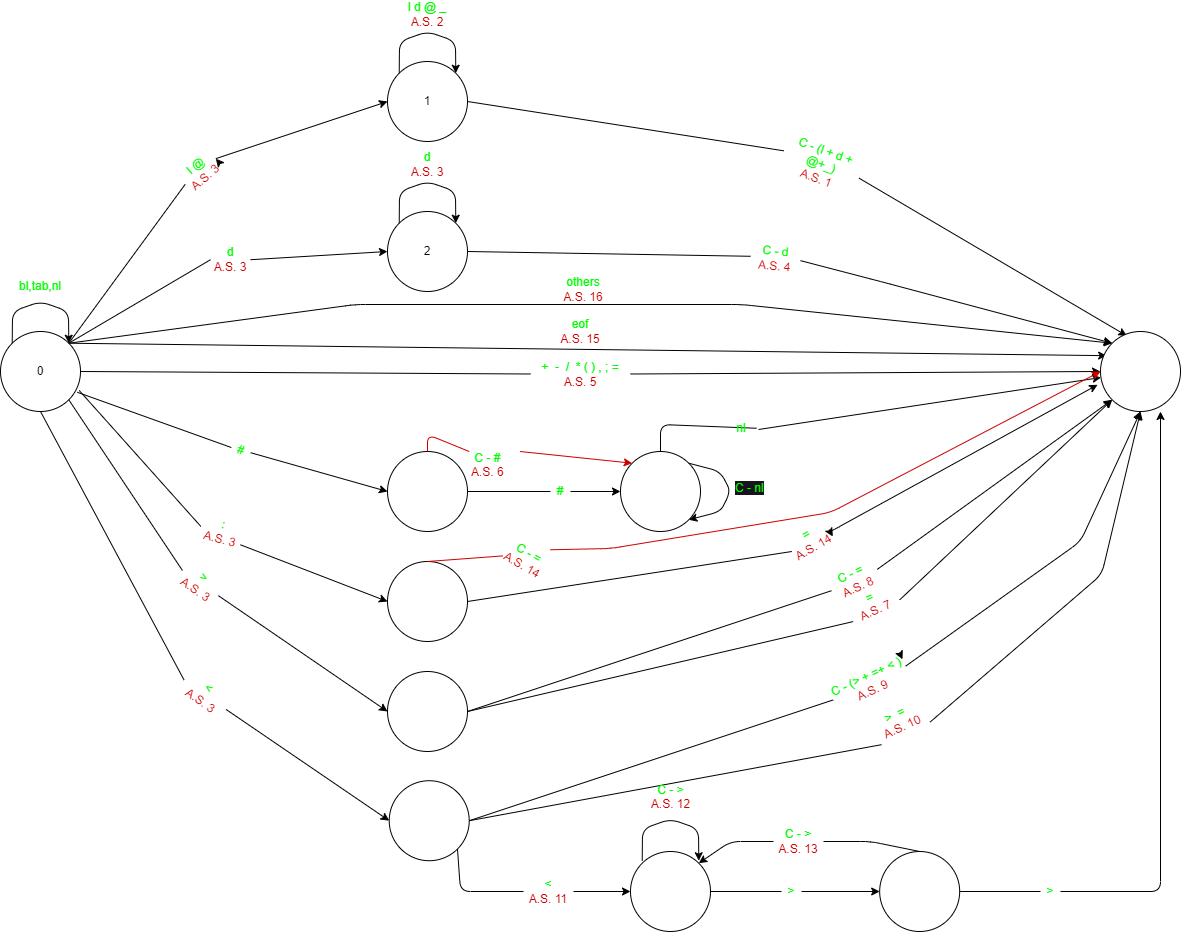
Above: Documentación/1_Analizador léxico/Autómata.drawio.png in luciomdp/UniCompiler (draw.io), before the change. Source tidied: cells renumbered, new cells last; positions are measured from the earlier drawing's top-left corner, leaving out a move shared by most shapes.
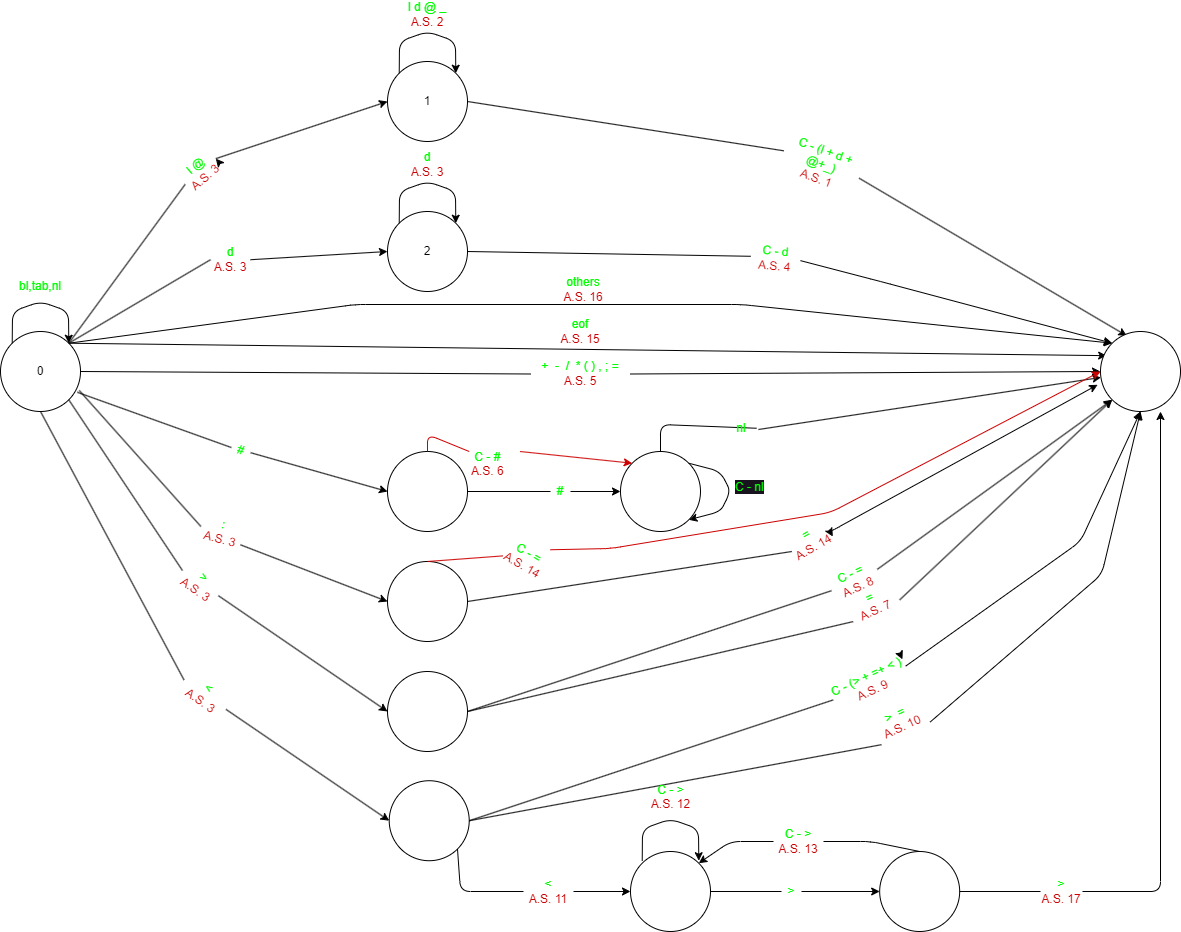
The same diagram one commit later.

Diff of the diagram source:
```diff
@@ -336,8 +336,8 @@
     <mxCell id="84" style="edgeStyle=none;html=1;exitX=1;exitY=0.5;exitDx=0;exitDy=0;fontColor=#FFFFFF;endArrow=none;" parent="1" edge="1" source="75" target="85">
       <mxGeometry relative="1" as="geometry" />
     </mxCell>
-    <mxCell id="85" value="&lt;font color=&quot;#00ff00&quot;&gt;&amp;gt;&lt;/font&gt;" style="text;html=1;strokeColor=none;fillColor=none;align=center;verticalAlign=middle;whiteSpace=wrap;rounded=0;fontColor=#FFFFFF;rotation=0;" parent="1" vertex="1">
-      <mxGeometry x="1040" y="872" width="20" height="30" as="geometry" />
+    <mxCell id="85" value="&lt;font color=&quot;#00ff00&quot;&gt;&amp;gt;&lt;br&gt;&lt;/font&gt;&lt;span style=&quot;color: rgb(204, 0, 0);&quot;&gt;A.S. 17&lt;/span&gt;&lt;font color=&quot;#00ff00&quot;&gt;&lt;br&gt;&lt;/font&gt;" style="text;html=1;strokeColor=none;fillColor=none;align=center;verticalAlign=middle;whiteSpace=wrap;rounded=0;fontColor=#FFFFFF;rotation=0;" parent="1" vertex="1">
+      <mxGeometry x="1040" y="872" width="42" height="30" as="geometry" />
     </mxCell>
     <mxCell id="86" style="edgeStyle=none;html=1;exitX=0.5;exitY=0;exitDx=0;exitDy=0;stroke=#FF0000;strokeColor=#CC0000;entryX=0;entryY=1;entryDx=0;entryDy=0;endArrow=none;" parent="1" edge="1" source="45" target="87">
       <mxGeometry relative="1" as="geometry" />
```
